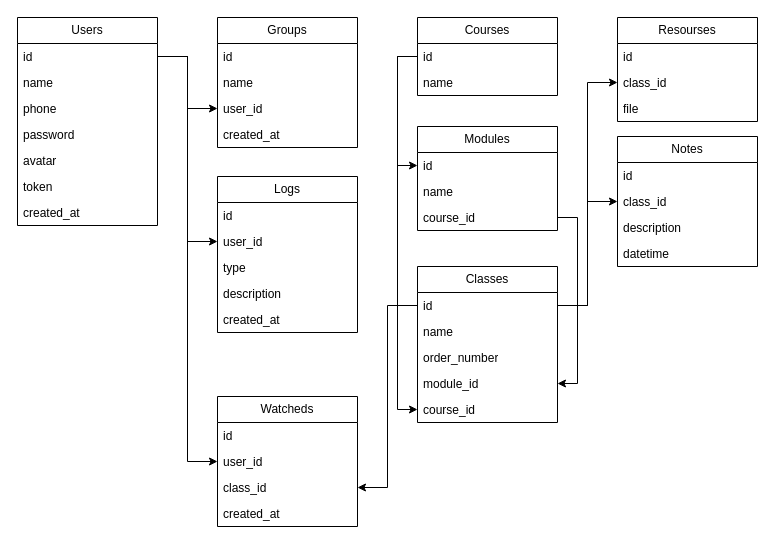
fernando-fix/ead keeps this draw.io diagram as uml.drawio. Above is the earlier version. Source tidied: cells renumbered, new cells numbered last; positions are measured from the earlier drawing's top-left corner, leaving out a move shared by most shapes. Both pictures are drawn from the tidied source at 100%, with x=0, y=0 at pixel (17, 17).
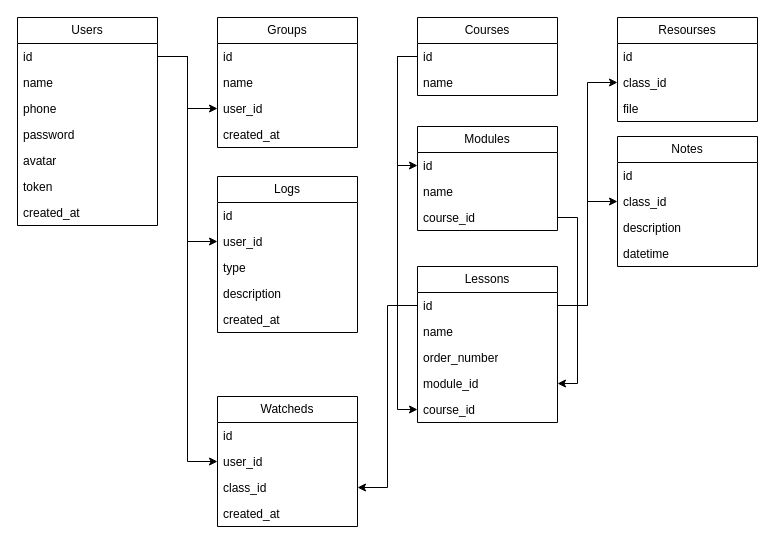
The same page after the edit.

What changed in the source:
```diff
@@
-    <mxCell id="22" value="Classes" style="swimlane;fontStyle=0;horizontal=1;startSize=26;fillColor=none;whiteSpace=wrap;html=1;" parent="1" vertex="1">
+    <mxCell id="22" value="Lessons" style="swimlane;fontStyle=0;horizontal=1;startSize=26;fillColor=none;whiteSpace=wrap;html=1;" parent="1" vertex="1">
       <mxGeometry x="400" y="249" width="140" height="156" as="geometry" />
     </mxCell>
```
